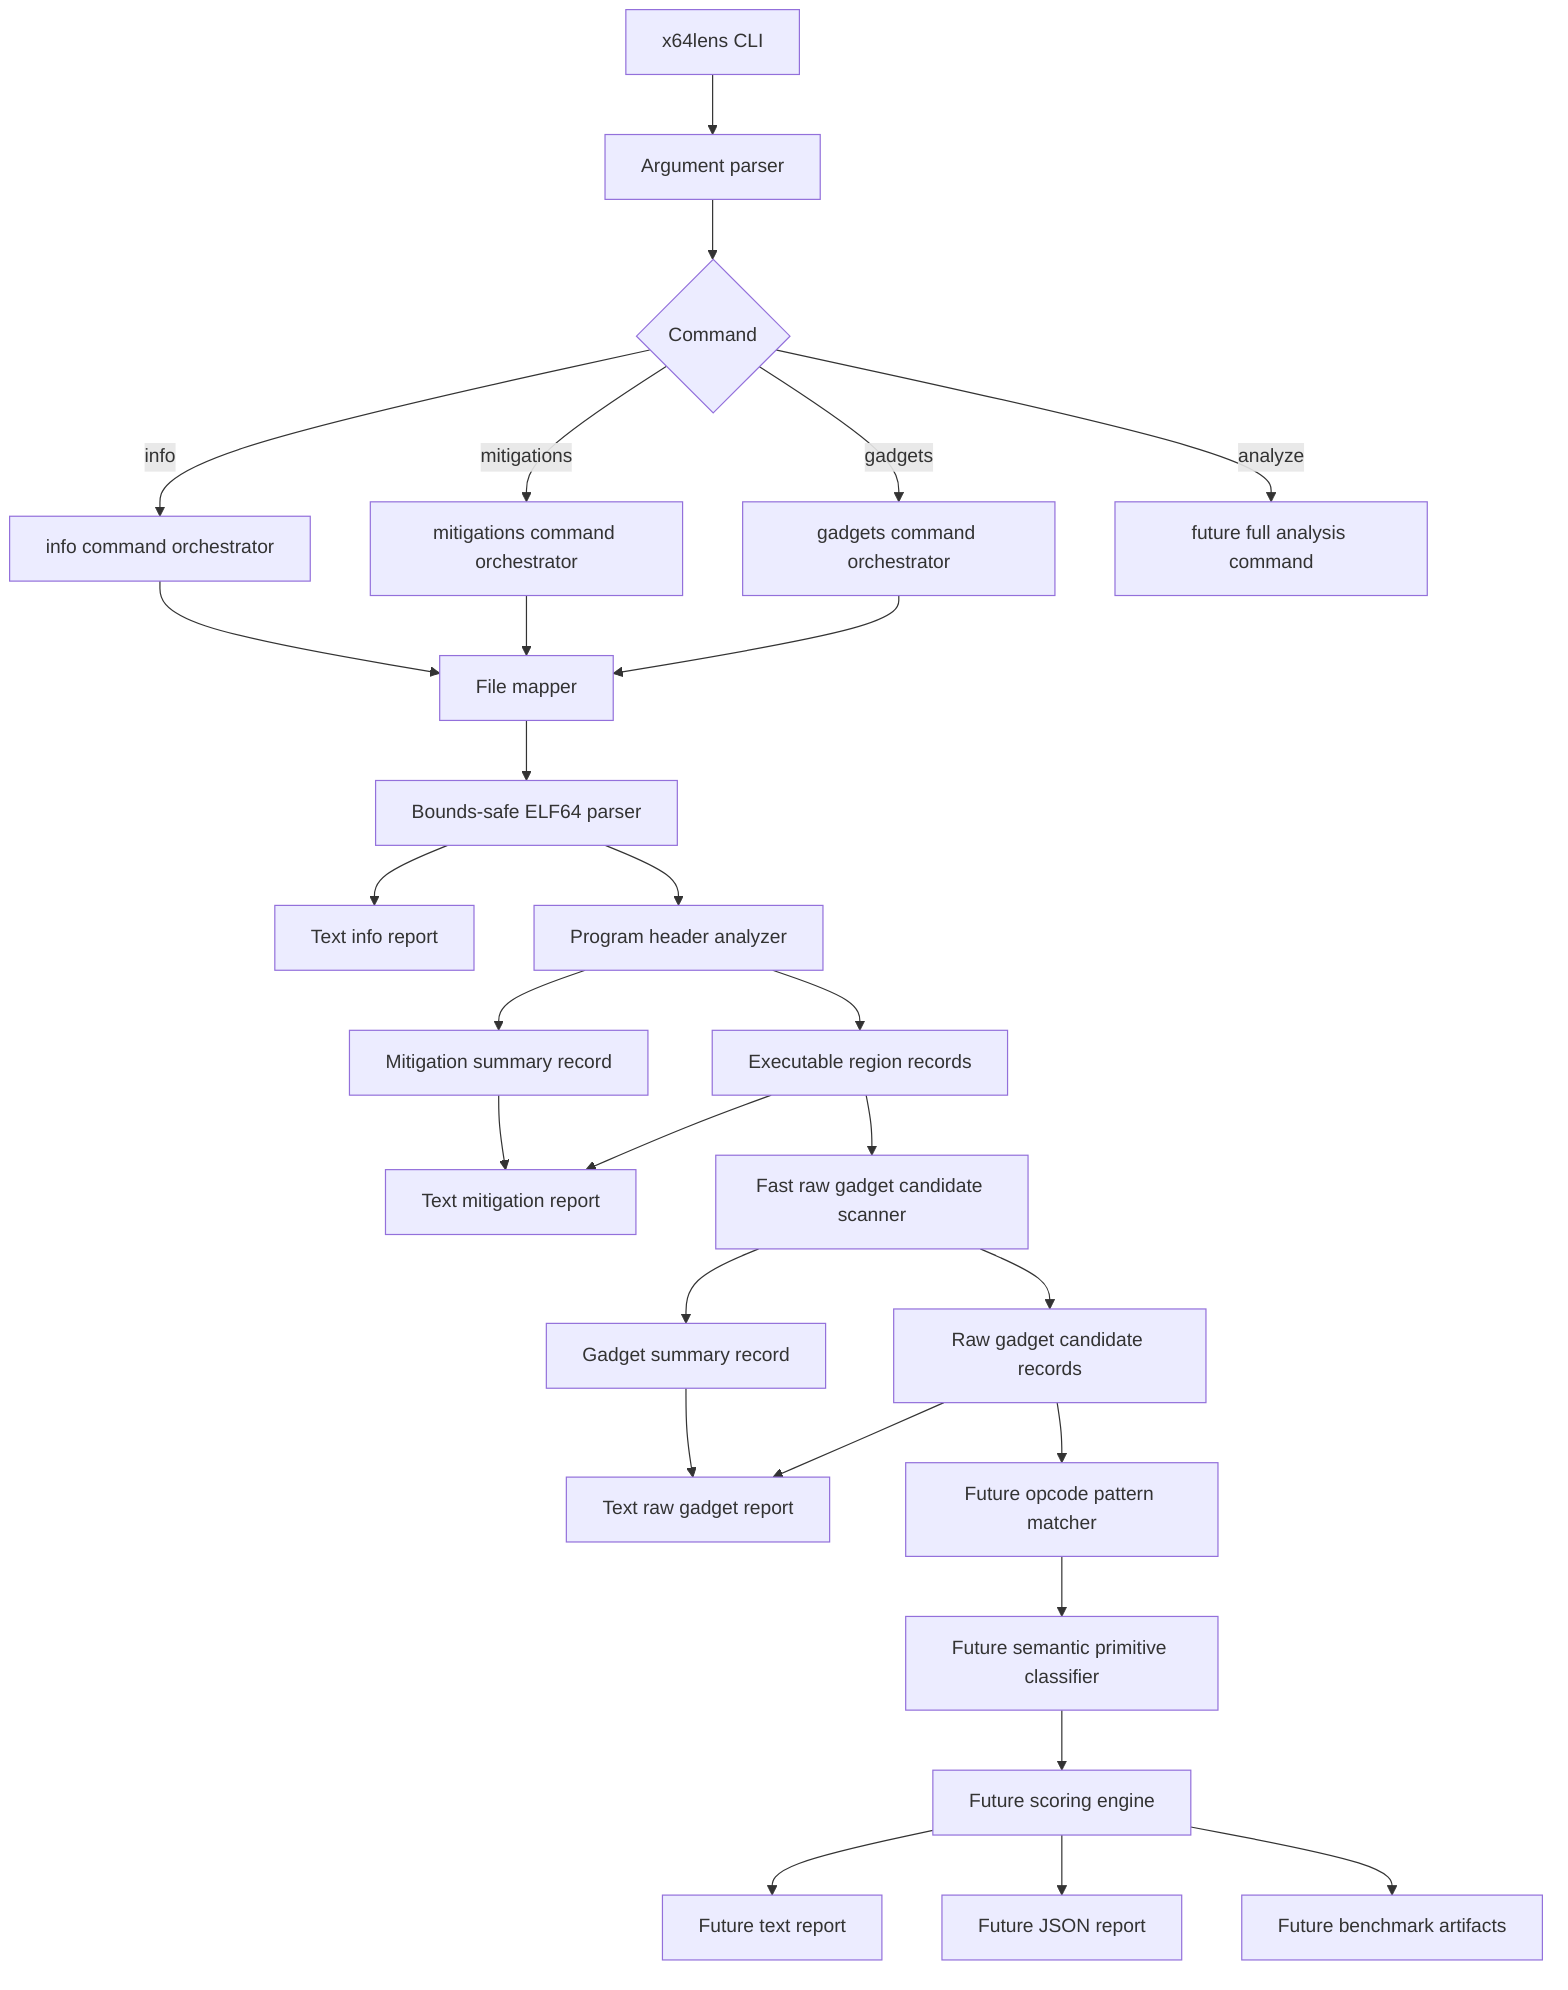
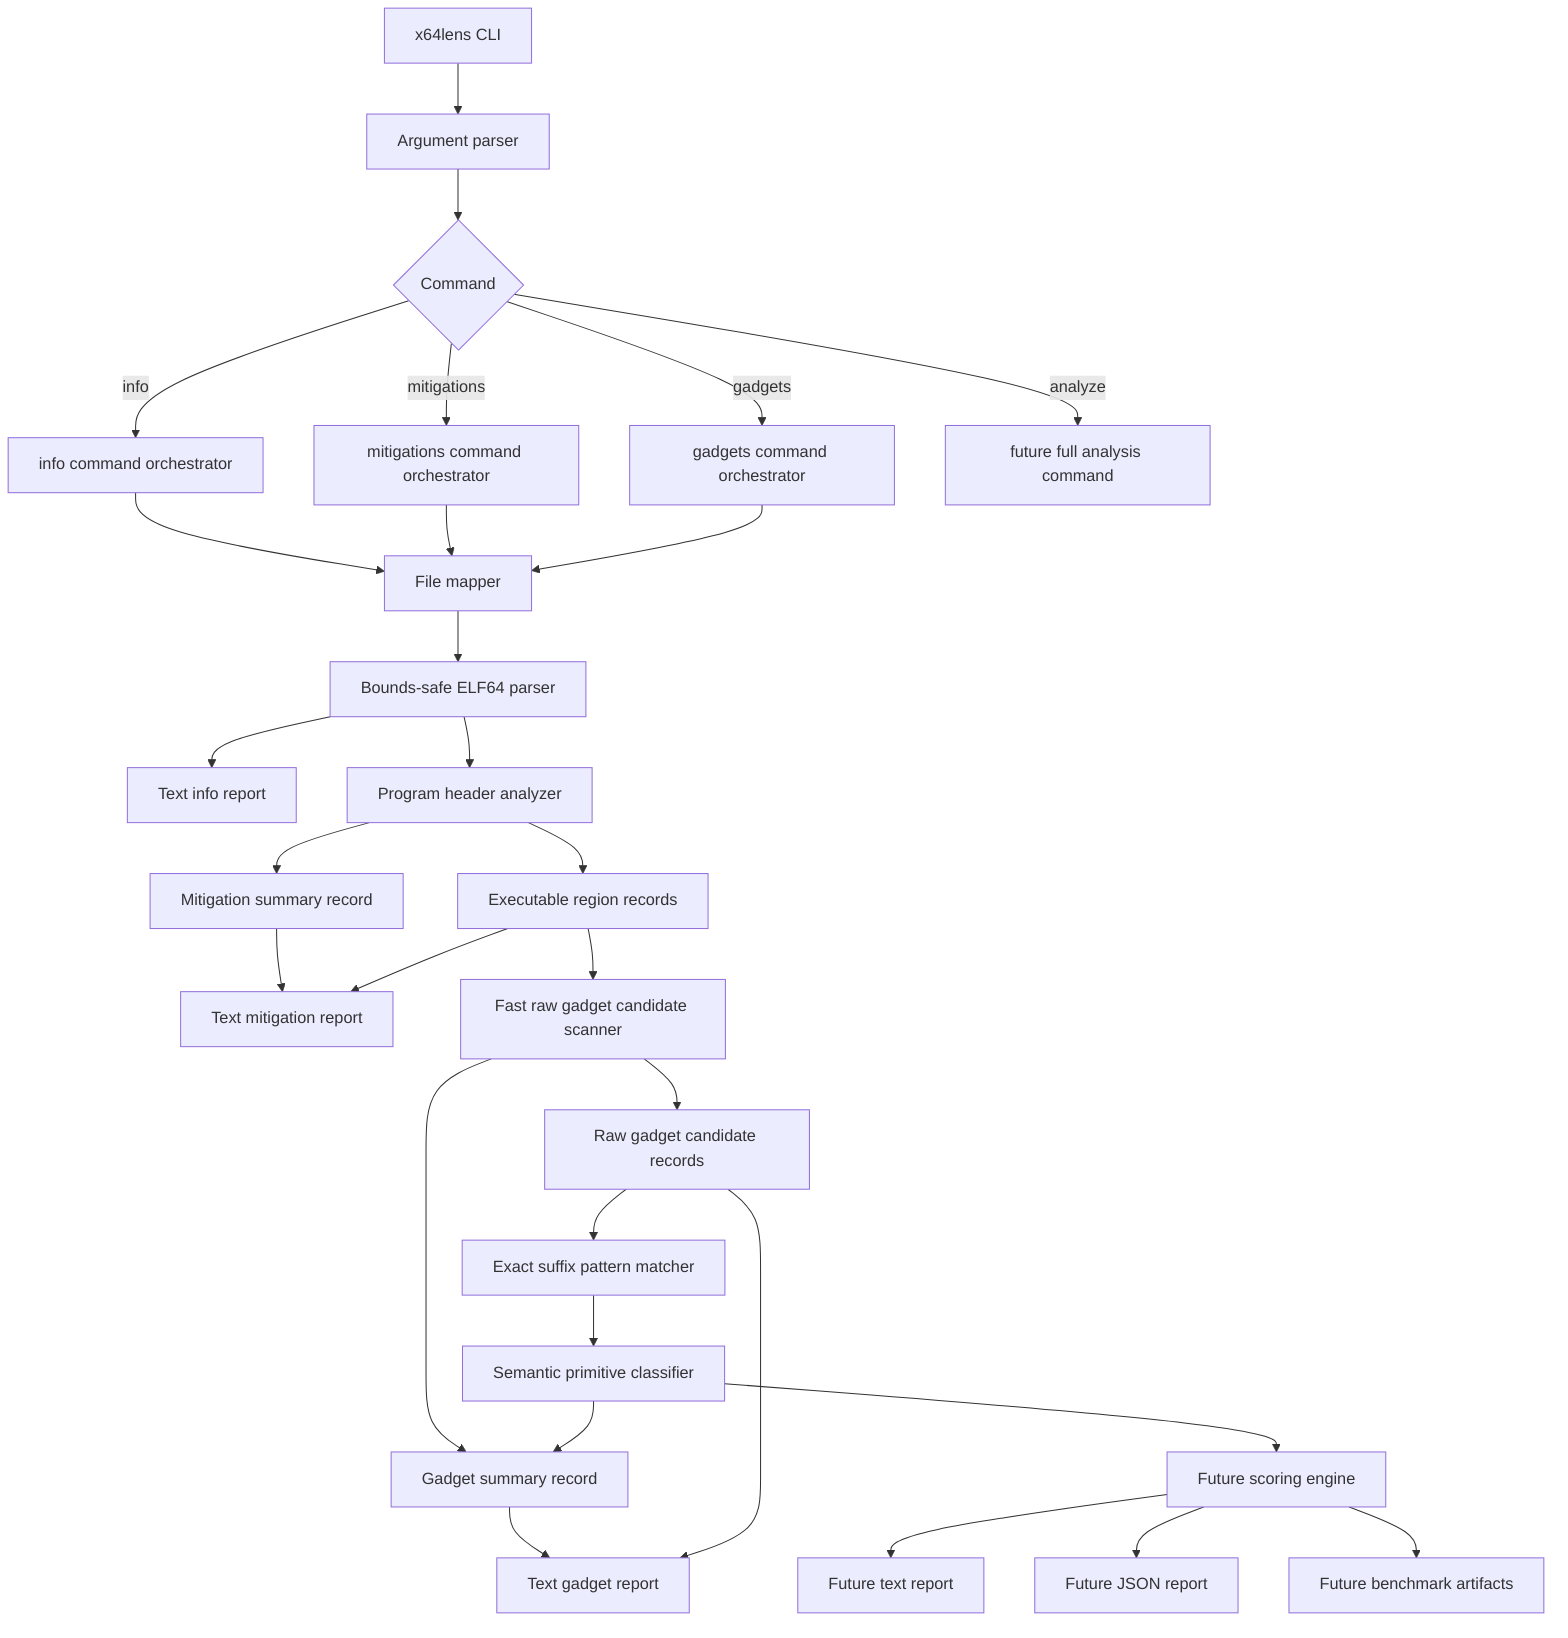
flowchart TD
    A[x64lens CLI] --> B[Argument parser]
    B --> C{Command}

    C -->|info| D[info command orchestrator]
    C -->|mitigations| M[mitigations command orchestrator]
    C -->|gadgets| G[gadgets command orchestrator]
    C -->|analyze| FUT2[future full analysis command]

    D --> FM[File mapper]
    M --> FM
    G --> FM
    FM --> ELF[Bounds-safe ELF64 parser]

    ELF --> IR[Text info report]
    ELF --> PH[Program header analyzer]
    PH --> MR[Mitigation summary record]
    PH --> ER[Executable region records]
    MR --> MTR[Text mitigation report]
    ER --> MTR

    ER --> SC[Fast raw gadget candidate scanner]
    SC --> GS[Gadget summary record]
    SC --> GR[Raw gadget candidate records]
-     GS --> GTR[Text raw gadget report]
+     GR --> PT[Exact suffix pattern matcher]
+     PT --> CL[Semantic primitive classifier]
+     CL --> GS
+     GS --> GTR[Text gadget report]
    GR --> GTR

-     GR --> PT[Future opcode pattern matcher]
-     PT --> CL[Future semantic primitive classifier]
    CL --> SO[Future scoring engine]
    SO --> TXT[Future text report]
    SO --> JSON[Future JSON report]
    SO --> BENCH[Future benchmark artifacts]
